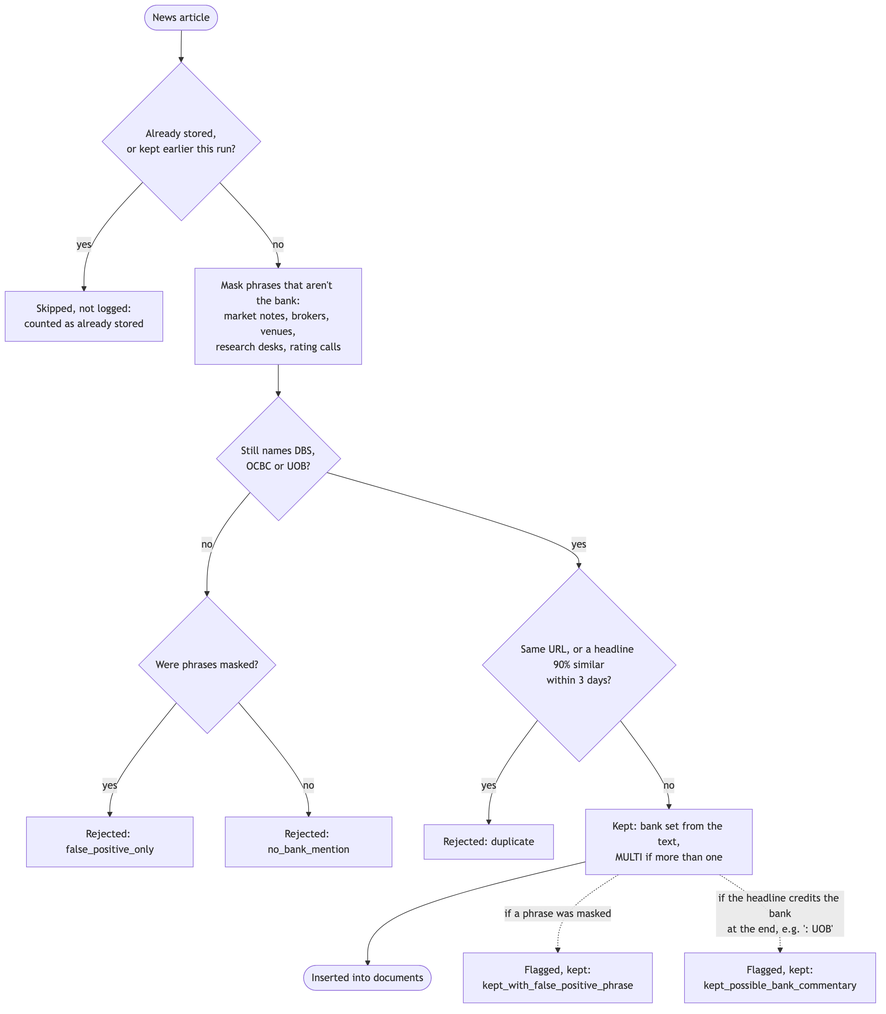
Before: docs/diagrams/img/11-news-filter.png, a diagram exported from Mermaid (Gavingyh/plp-project). Its source is kept beside it as docs/diagrams/src/11-news-filter.mmd. Its diagram source:
```mermaid
flowchart TB
  accTitle: News filter decisions
  accDescr: An article already stored is skipped. Otherwise non-bank phrases are masked; an article naming no bank is rejected; a duplicate is rejected; otherwise it is kept, with flags for masked phrases and possible bank commentary.

  a(["News article"])
  stored{"Already stored,<br/>or kept earlier this run?"}
  skip["Skipped, not logged:<br/>counted as already stored"]
  mask["Mask phrases that aren't the bank:<br/>market notes, brokers, venues,<br/>research desks, rating calls"]
  named{"Still names DBS,<br/>OCBC or UOB?"}
  why{"Were phrases masked?"}
  r1["Rejected: false_positive_only"]
  r2["Rejected: no_bank_mention"]
  dup{"Same URL, or a headline 90% similar<br/>within 3 days?"}
  r3["Rejected: duplicate"]
  keep["Kept: bank set from the text,<br/>MULTI if more than one"]
  f1["Flagged, kept:<br/>kept_with_false_positive_phrase"]
  f2["Flagged, kept:<br/>kept_possible_bank_commentary"]
  ins(["Inserted into documents"])

  a --> stored
  stored -- yes --> skip
  stored -- no --> mask --> named
  named -- no --> why
  why -- yes --> r1
  why -- no --> r2
  named -- yes --> dup
  dup -- yes --> r3
  dup -- no --> keep --> ins
  keep -. "if a phrase was masked" .-> f1
  keep -. "if the headline credits the bank<br/>at the end, e.g. ': UOB'" .-> f2
```
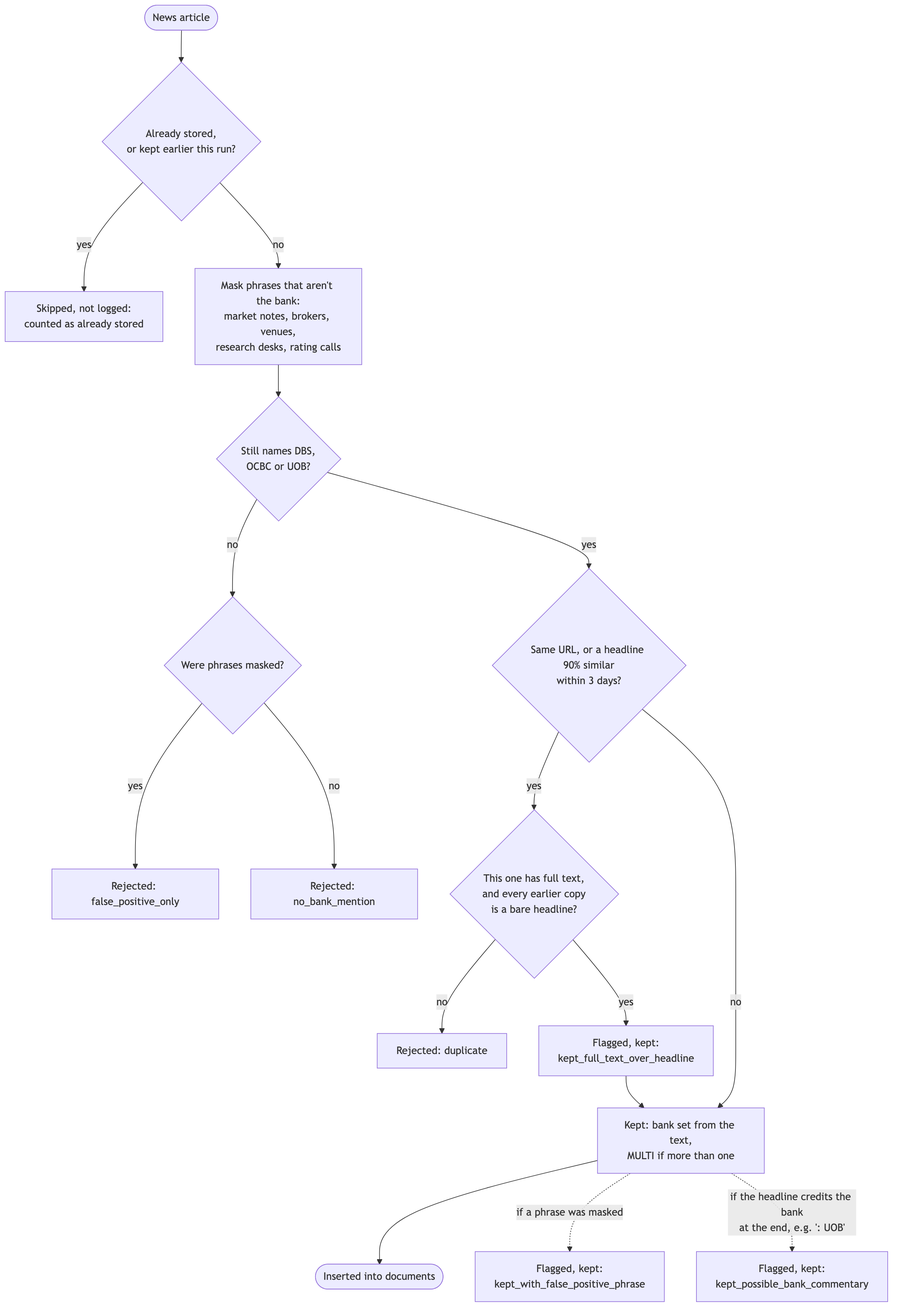
Later version of the same file.

Change to the diagram source:
```diff
@@ -1,6 +1,6 @@
 flowchart TB
   accTitle: News filter decisions
-  accDescr: An article already stored is skipped. Otherwise non-bank phrases are masked; an article naming no bank is rejected; a duplicate is rejected; otherwise it is kept, with flags for masked phrases and possible bank commentary.
+  accDescr: An article already stored is skipped. Otherwise non-bank phrases are masked; an article naming no bank is rejected; a duplicate is rejected, unless the article has full text and the only earlier copy is a bare headline; otherwise it is kept, with flags for masked phrases and possible bank commentary.
 
   a(["News article"])
   stored{"Already stored,<br/>or kept earlier this run?"}
@@ -12,6 +12,8 @@
   r2["Rejected: no_bank_mention"]
   dup{"Same URL, or a headline 90% similar<br/>within 3 days?"}
   r3["Rejected: duplicate"]
+  fuller{"This one has full text,<br/>and every earlier copy<br/>is a bare headline?"}
+  f3["Flagged, kept:<br/>kept_full_text_over_headline"]
   keep["Kept: bank set from the text,<br/>MULTI if more than one"]
   f1["Flagged, kept:<br/>kept_with_false_positive_phrase"]
   f2["Flagged, kept:<br/>kept_possible_bank_commentary"]
@@ -24,7 +26,9 @@
   why -- yes --> r1
   why -- no --> r2
   named -- yes --> dup
-  dup -- yes --> r3
+  dup -- yes --> fuller
+  fuller -- no --> r3
+  fuller -- yes --> f3 --> keep
   dup -- no --> keep --> ins
   keep -. "if a phrase was masked" .-> f1
   keep -. "if the headline credits the bank<br/>at the end, e.g. ': UOB'" .-> f2
```
